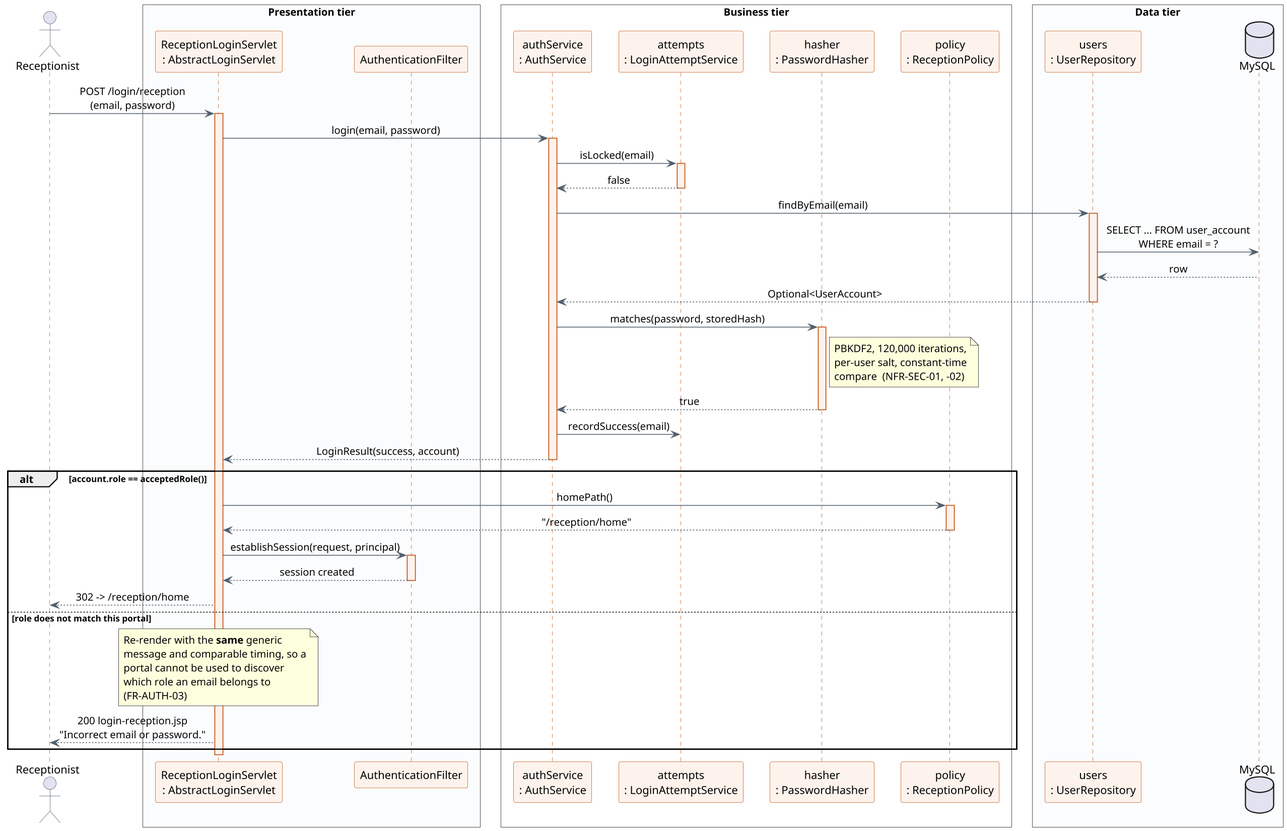
Before: modular/docs/sequence/seq_sign_in.png, a diagram exported from PlantUML (ShakyaRanasinghe/sunrise-dental-clinic).
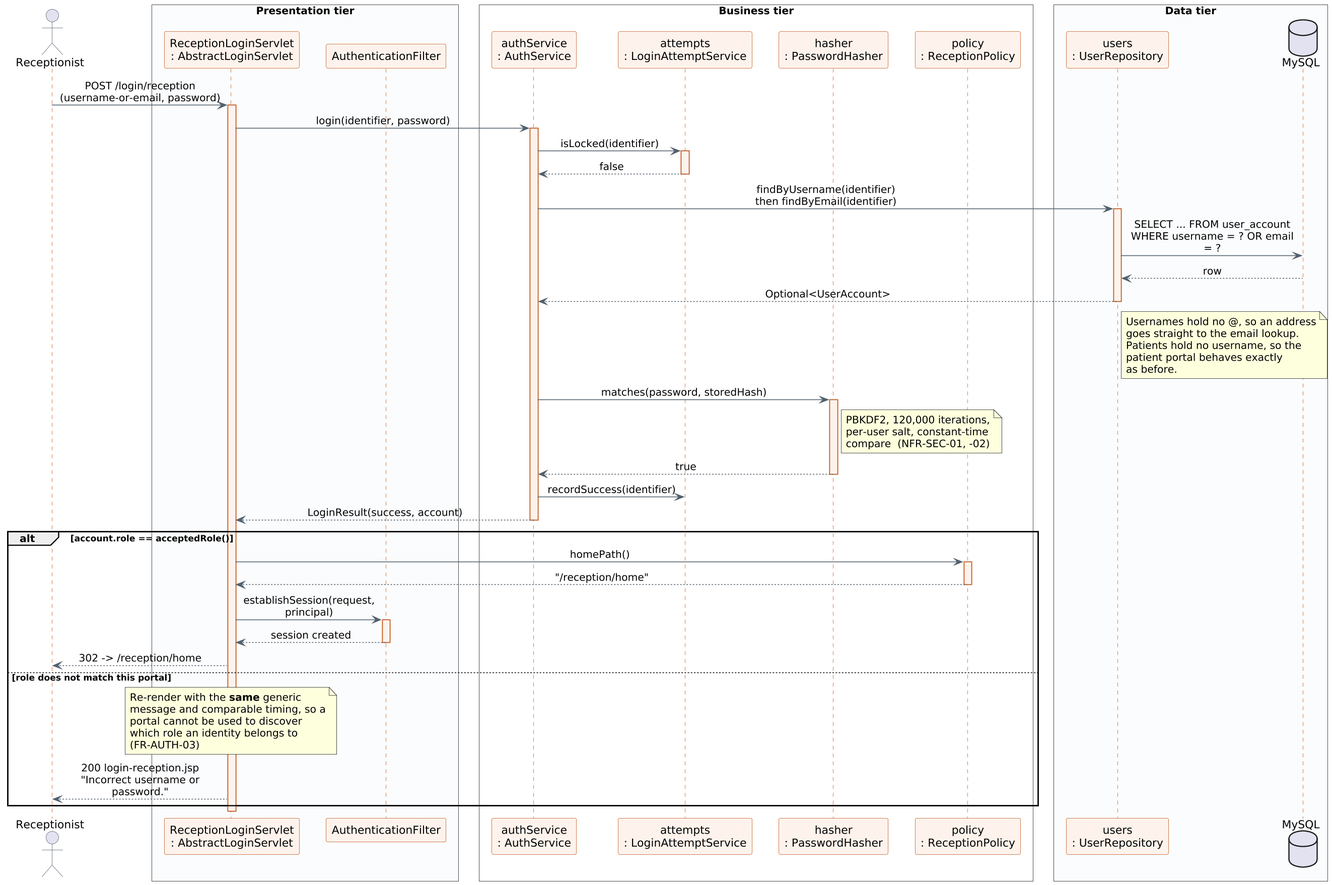
After the commit.

What changed in the source:
```diff
@@ -33,23 +33,30 @@
   database "MySQL" as DB
 end box
 
-U -> SV : POST /login/reception\n(email, password)
+U -> SV : POST /login/reception\n(username-or-email, password)
 activate SV
 
-SV -> AS : login(email, password)
+SV -> AS : login(identifier, password)
 activate AS
 
-AS -> LA : isLocked(email)
+AS -> LA : isLocked(identifier)
 activate LA
 LA --> AS : false
 deactivate LA
 
-AS -> UR : findByEmail(email)
+AS -> UR : findByUsername(identifier)\nthen findByEmail(identifier)
 activate UR
-UR -> DB : SELECT ... FROM user_account\nWHERE email = ?
+UR -> DB : SELECT ... FROM user_account\nWHERE username = ? OR email = ?
 DB --> UR : row
 UR --> AS : Optional<UserAccount>
 deactivate UR
+note right of UR
+  Usernames hold no @, so an address
+  goes straight to the email lookup.
+  Patients hold no username, so the
+  patient portal behaves exactly
+  as before.
+end note
 
 AS -> PH : matches(password, storedHash)
 activate PH
@@ -61,7 +68,7 @@
 PH --> AS : true
 deactivate PH
 
-AS -> LA : recordSuccess(email)
+AS -> LA : recordSuccess(identifier)
 AS --> SV : LoginResult(success, account)
 deactivate AS
 
@@ -80,10 +87,10 @@
     Re-render with the **same** generic
     message and comparable timing, so a
     portal cannot be used to discover
-    which role an email belongs to
+    which role an identity belongs to
     (FR-AUTH-03)
   end note
-  SV --> U : 200 login-reception.jsp\n"Incorrect email or password."
+  SV --> U : 200 login-reception.jsp\n"Incorrect username or password."
 end
 
 deactivate SV
```
